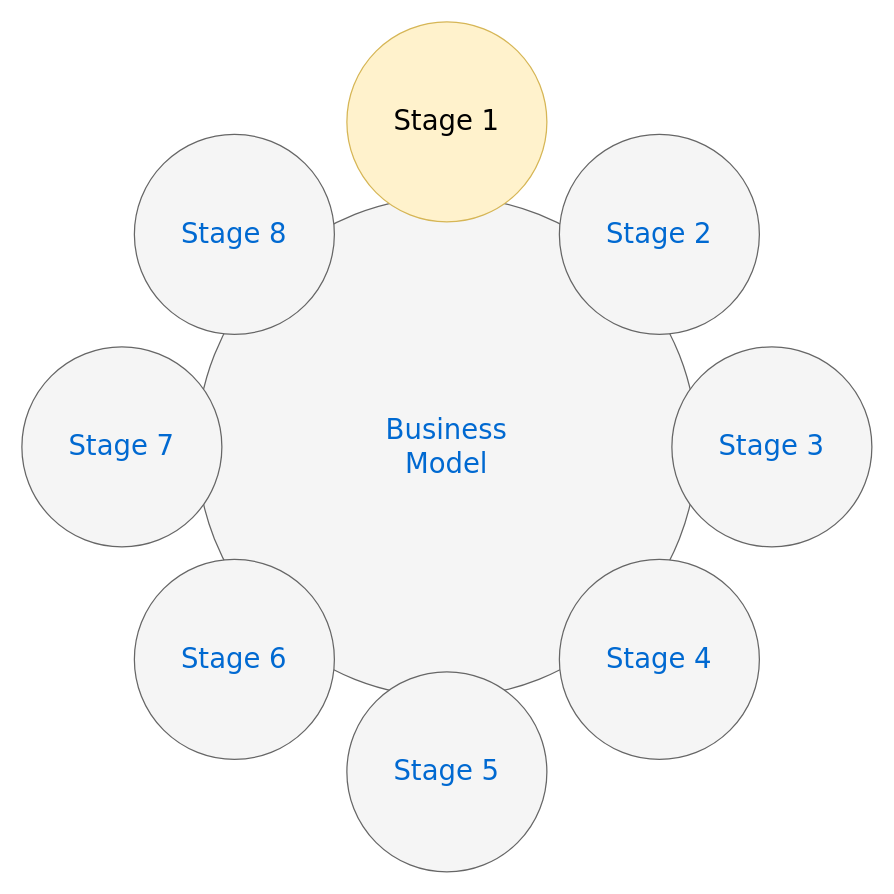
Before: Untitled Diagram.drawio in trianaja/andrea, a draw.io diagram. Source tidied: cells renumbered, new cells numbered last; positions are measured from the earlier drawing's top-left corner, leaving out a move shared by most shapes. Both pictures are drawn from the tidied source at 125%, with x=0, y=0 at pixel (21, 21).
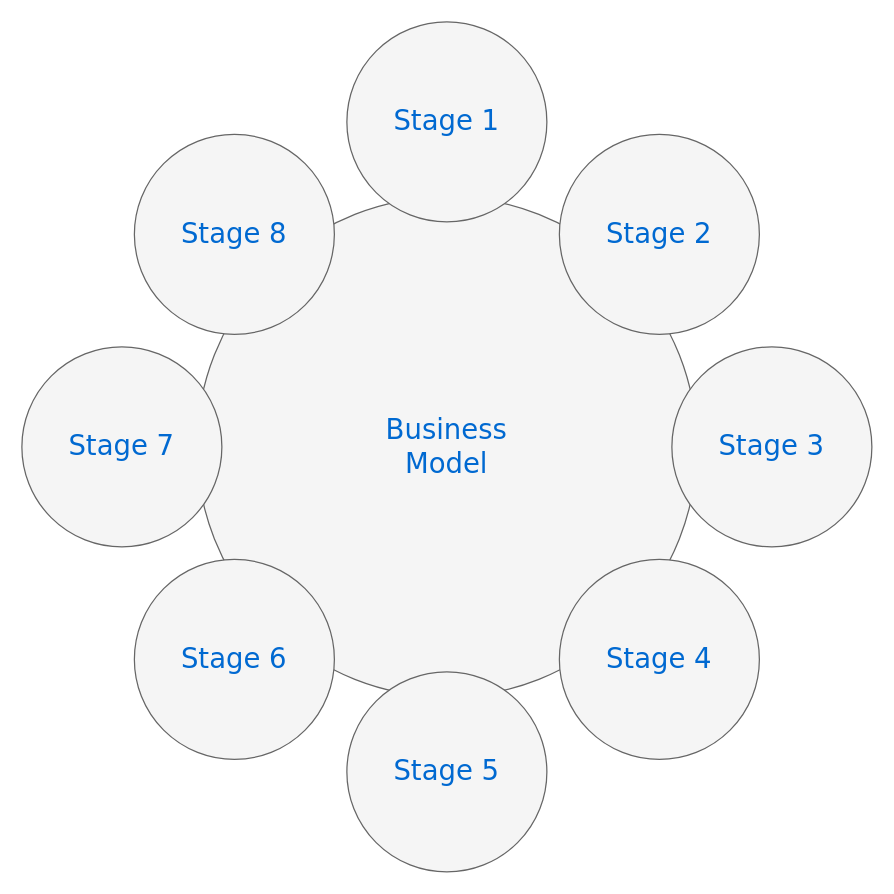
The same diagram, later.

The edit, as a diff of the source:
```diff
@@
 <mxGraphModel background="#ffffff">
   <root>
     <mxCell id="0" />
     <mxCell id="1" parent="0" />
     <mxCell id="2" value="Business&lt;div&gt;Model&lt;/div&gt;" style="ellipse;whiteSpace=wrap;html=1;rounded=0;shadow=0;dashed=0;comic=0;fontFamily=Verdana;fontSize=22;fontColor=#0069D1;fillColor=#f5f5f5;strokeColor=#666666;" parent="1" vertex="1">
       <mxGeometry x="140" y="140" width="400" height="400" as="geometry" />
     </mxCell>
-    <mxCell id="3" value="Stage 1" style="ellipse;whiteSpace=wrap;html=1;rounded=0;shadow=0;dashed=0;comic=0;fontFamily=Verdana;fontSize=22;fillColor=#fff2cc;strokeColor=#d6b656;" parent="1" vertex="1">
+    <mxCell id="3" value="Stage 1" style="ellipse;whiteSpace=wrap;html=1;rounded=0;shadow=0;dashed=0;comic=0;fontFamily=Verdana;fontSize=22;fontColor=#0069D1;fillColor=#f5f5f5;strokeColor=#666666;" parent="1" vertex="1">
       <mxGeometry x="260" width="160" height="160" as="geometry" />
     </mxCell>
     <mxCell id="4" value="Stage 5" style="ellipse;whiteSpace=wrap;html=1;rounded=0;shadow=0;dashed=0;comic=0;fontFamily=Verdana;fontSize=22;fontColor=#0069D1;fillColor=#f5f5f5;strokeColor=#666666;" parent="1" vertex="1">
       <mxGeometry x="260" y="520" width="160" height="160" as="geometry" />
     </mxCell>
     <mxCell id="5" value="Stage 3" style="ellipse;whiteSpace=wrap;html=1;rounded=0;shadow=0;dashed=0;comic=0;fontFamily=Verdana;fontSize=22;fontColor=#0069D1;fillColor=#f5f5f5;strokeColor=#666666;" parent="1" vertex="1">
       <mxGeometry x="520" y="260" width="160" height="160" as="geometry" />
     </mxCell>
     <mxCell id="6" value="Stage 7" style="ellipse;whiteSpace=wrap;html=1;rounded=0;shadow=0;dashed=0;comic=0;fontFamily=Verdana;fontSize=22;fontColor=#0069D1;fillColor=#f5f5f5;strokeColor=#666666;" parent="1" vertex="1">
       <mxGeometry y="260" width="160" height="160" as="geometry" />
     </mxCell>
     <mxCell id="7" value="Stage 8" style="ellipse;whiteSpace=wrap;html=1;rounded=0;shadow=0;dashed=0;comic=0;fontFamily=Verdana;fontSize=22;fontColor=#0069D1;fillColor=#f5f5f5;strokeColor=#666666;" parent="1" vertex="1">
       <mxGeometry x="90" y="90" width="160" height="160" as="geometry" />
     </mxCell>
     <mxCell id="8" value="Stage 2" style="ellipse;whiteSpace=wrap;html=1;rounded=0;shadow=0;dashed=0;comic=0;fontFamily=Verdana;fontSize=22;fontColor=#0069D1;fillColor=#f5f5f5;strokeColor=#666666;" parent="1" vertex="1">
       <mxGeometry x="430" y="90" width="160" height="160" as="geometry" />
     </mxCell>
     <mxCell id="9" value="Stage 4" style="ellipse;whiteSpace=wrap;html=1;rounded=0;shadow=0;dashed=0;comic=0;fontFamily=Verdana;fontSize=22;fontColor=#0069D1;fillColor=#f5f5f5;strokeColor=#666666;" parent="1" vertex="1">
       <mxGeometry x="430" y="430" width="160" height="160" as="geometry" />
     </mxCell>
     <mxCell id="10" value="Stage 6" style="ellipse;whiteSpace=wrap;html=1;rounded=0;shadow=0;dashed=0;comic=0;fontFamily=Verdana;fontSize=22;fontColor=#0069D1;fillColor=#f5f5f5;strokeColor=#666666;" parent="1" vertex="1">
       <mxGeometry x="90" y="430" width="160" height="160" as="geometry" />
     </mxCell>
   </root>
 </mxGraphModel>
```
